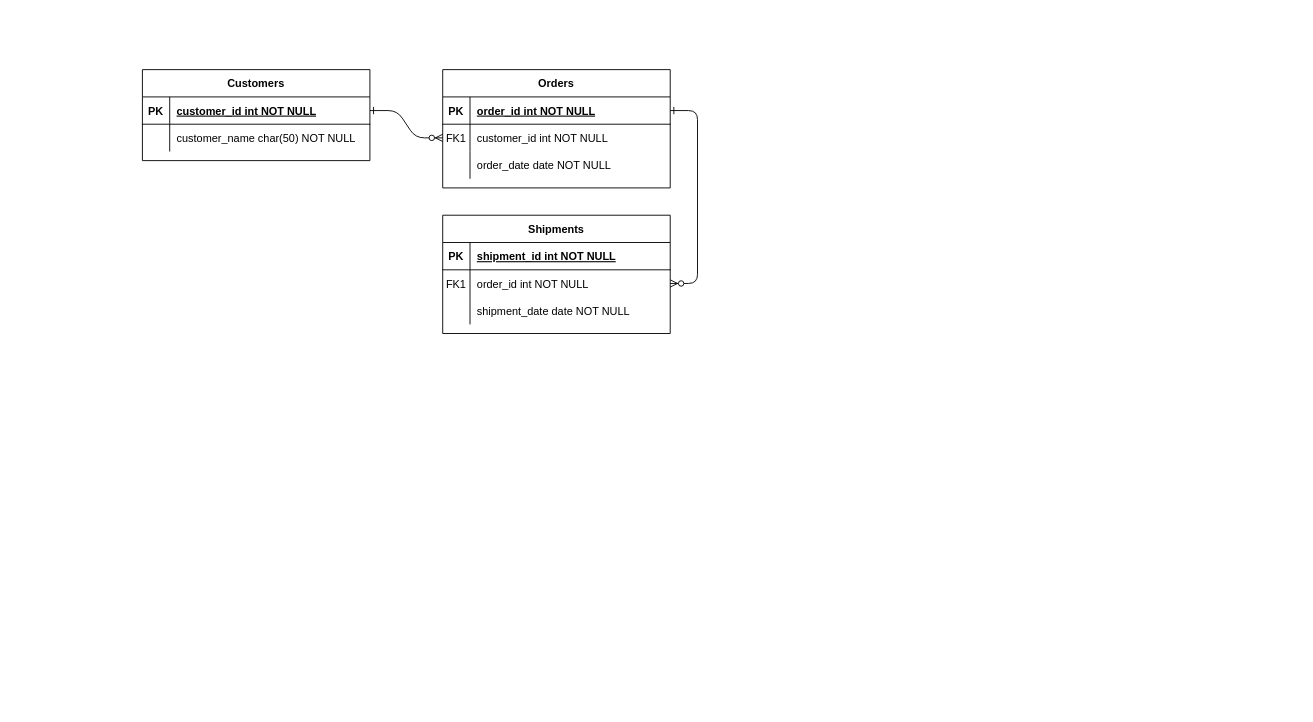
Above: library_system.drawio in mozyomo/my_library_system (draw.io), before the change. Source tidied: cells renumbered, new cells numbered last; positions are measured from the earlier drawing's top-left corner, leaving out a move shared by most shapes. Both pictures are drawn from the tidied source at 91%, with x=0, y=0 at pixel (142, 69).
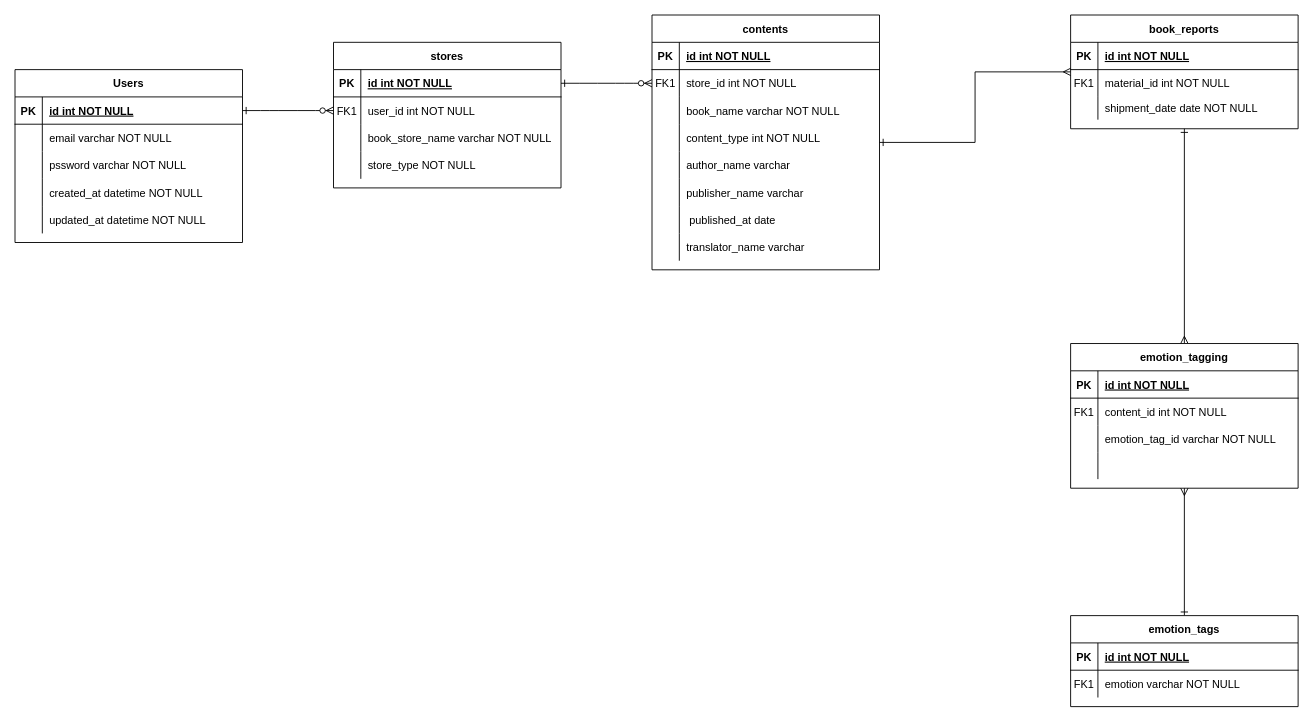
Above is the later version.

Commit message:
library_system.drawio を更新します

The change refers to these unchanged cells:
```xml
<mxCell id="5" style="shape=partialRectangle;fillColor=none;points=[[0,0.5],[1,0.5]];portConstraint=eastwest;top=0;left=0;right=0;bottom=1;" parent="4" vertex="1">
  <mxGeometry y="30" width="250" height="30" as="geometry" />
</mxCell>
<mxCell id="8" style="shape=partialRectangle;fillColor=none;points=[[0,0.5],[1,0.5]];portConstraint=eastwest;top=0;left=0;right=0;bottom=0;" parent="4" vertex="1">
  <mxGeometry y="60" width="250" height="30" as="geometry" />
</mxCell>
<mxCell id="11" style="shape=partialRectangle;fillColor=none;top=0;left=0;right=0;bottom=0;" parent="4" vertex="1">
  <mxGeometry y="90" width="250" height="30" as="geometry" />
</mxCell>
<mxCell id="15" style="shape=partialRectangle;fillColor=none;top=0;left=0;right=0;bottom=1;" parent="14" vertex="1">
  <mxGeometry y="30" width="250" height="30" as="geometry" />
</mxCell>
<mxCell id="18" style="shape=partialRectangle;fillColor=none;points=[[0,0.5],[1,0.5]];portConstraint=eastwest;top=0;left=0;right=0;bottom=0;" parent="14" vertex="1">
  <mxGeometry y="60" width="250" height="30" as="geometry" />
</mxCell>
<mxCell id="21" style="shape=partialRectangle;fillColor=none;top=0;left=0;right=0;bottom=0;" parent="14" vertex="1">
  <mxGeometry y="90" width="250" height="30" as="geometry" />
</mxCell>
<mxCell id="25" style="shape=partialRectangle;fillColor=none;points=[[0,0.5],[1,0.5]];portConstraint=eastwest;top=0;left=0;right=0;bottom=1;" parent="24" vertex="1">
  <mxGeometry y="30" width="250" height="30" as="geometry" />
</mxCell>
<mxCell id="28" style="shape=partialRectangle;fillColor=none;top=0;left=0;right=0;bottom=0;" parent="24" vertex="1">
  <mxGeometry y="60" width="250" height="30" as="geometry" />
</mxCell>
```

Change to the diagram source:
```diff
@@
-    <mxCell id="4" value="Orders" style="shape=table;startSize=30;childLayout=tableLayout;rowLines=0;fontStyle=1;align=center;" parent="1" vertex="1">
-      <mxGeometry x="330" width="250" height="130" as="geometry" />
+    <mxCell id="4" value="stores" style="shape=table;startSize=30;childLayout=tableLayout;rowLines=0;fontStyle=1;align=center;" parent="1" vertex="1">
+      <mxGeometry x="210" y="-30" width="250" height="160" as="geometry" />
     </mxCell>
@@
-    <mxCell id="7" value="order_id int NOT NULL " style="shape=partialRectangle;overflow=hidden;fillColor=none;top=0;left=0;bottom=0;right=0;align=left;spacingLeft=6;fontStyle=5;" parent="5" vertex="1">
+    <mxCell id="7" value="id int NOT NULL " style="shape=partialRectangle;overflow=hidden;fillColor=none;top=0;left=0;bottom=0;right=0;align=left;spacingLeft=6;fontStyle=5;" parent="5" vertex="1">
       <mxGeometry x="30" width="220" height="30" as="geometry" />
     </mxCell>
@@
-    <mxCell id="10" value="customer_id int NOT NULL" style="shape=partialRectangle;overflow=hidden;fillColor=none;top=0;left=0;bottom=0;right=0;align=left;spacingLeft=6;" parent="8" vertex="1">
+    <mxCell id="10" value="user_id int NOT NULL" style="shape=partialRectangle;overflow=hidden;fillColor=none;top=0;left=0;bottom=0;right=0;align=left;spacingLeft=6;" parent="8" vertex="1">
       <mxGeometry x="30" width="220" height="30" as="geometry" />
     </mxCell>
@@
-    <mxCell id="13" value="order_date date NOT NULL" style="shape=partialRectangle;overflow=hidden;fillColor=none;top=0;left=0;bottom=0;right=0;align=left;spacingLeft=6;" parent="11" vertex="1">
+    <mxCell id="13" value="book_store_name varchar NOT NULL" style="shape=partialRectangle;overflow=hidden;fillColor=none;top=0;left=0;bottom=0;right=0;align=left;spacingLeft=6;" parent="11" vertex="1">
       <mxGeometry x="30" width="220" height="30" as="geometry" />
     </mxCell>
+    <mxCell id="31" style="shape=partialRectangle;fillColor=none;top=0;left=0;right=0;bottom=0;" parent="4" vertex="1">
+      <mxGeometry y="120" width="250" height="30" as="geometry" />
+    </mxCell>
+    <mxCell id="32" style="shape=partialRectangle;overflow=hidden;fillColor=none;top=0;left=0;bottom=0;right=0;" parent="31" vertex="1">
+      <mxGeometry width="30" height="30" as="geometry" />
+    </mxCell>
+    <mxCell id="33" value="store_type NOT NULL" style="shape=partialRectangle;overflow=hidden;fillColor=none;top=0;left=0;bottom=0;right=0;align=left;spacingLeft=6;" parent="31" vertex="1">
+      <mxGeometry x="30" width="220" height="30" as="geometry" />
+    </mxCell>
+    <mxCell id="34" style="edgeStyle=orthogonalEdgeStyle;rounded=0;jettySize=auto;html=1;endArrow=ERmany;endFill=0;startArrow=ERone;startFill=0;" parent="1" edge="1" source="14" target="60">
+      <mxGeometry relative="1" as="geometry" />
+    </mxCell>
+    <mxCell id="35" style="edgeStyle=orthogonalEdgeStyle;rounded=0;jettySize=auto;html=1;endArrow=ERmany;endFill=0;startArrow=ERone;startFill=0;exitX=0.5;exitY=1;exitDx=0;exitDy=0;" parent="1" edge="1" source="60" target="71">
+      <mxGeometry relative="1" as="geometry" />
+    </mxCell>
-    <mxCell id="14" value="Shipments" style="shape=table;startSize=30;childLayout=tableLayout;rowLines=0;fontStyle=1;align=center;" parent="1" vertex="1">
-      <mxGeometry x="330" y="160" width="250" height="130" as="geometry" />
+    <mxCell id="14" value="contents" style="shape=table;startSize=30;childLayout=tableLayout;rowLines=0;fontStyle=1;align=center;" parent="1" vertex="1">
+      <mxGeometry x="560" y="-60" width="250" height="280" as="geometry" />
     </mxCell>
@@
-    <mxCell id="17" value="shipment_id int NOT NULL " style="shape=partialRectangle;overflow=hidden;fillColor=none;top=0;left=0;bottom=0;right=0;align=left;spacingLeft=6;fontStyle=5;" parent="15" vertex="1">
+    <mxCell id="17" value="id int NOT NULL " style="shape=partialRectangle;overflow=hidden;fillColor=none;top=0;left=0;bottom=0;right=0;align=left;spacingLeft=6;fontStyle=5;" parent="15" vertex="1">
       <mxGeometry x="30" width="220" height="30" as="geometry" />
     </mxCell>
@@
-    <mxCell id="20" value="order_id int NOT NULL" style="shape=partialRectangle;overflow=hidden;fillColor=none;top=0;left=0;bottom=0;right=0;align=left;spacingLeft=6;" parent="18" vertex="1">
+    <mxCell id="20" value="store_id int NOT NULL" style="shape=partialRectangle;overflow=hidden;fillColor=none;top=0;left=0;bottom=0;right=0;align=left;spacingLeft=6;" parent="18" vertex="1">
       <mxGeometry x="30" width="220" height="30" as="geometry" />
     </mxCell>
@@
-    <mxCell id="23" value="shipment_date date NOT NULL" style="shape=partialRectangle;overflow=hidden;fillColor=none;top=0;left=0;bottom=0;right=0;align=left;spacingLeft=6;" parent="21" vertex="1">
+    <mxCell id="23" value="book_name varchar NOT NULL" style="shape=partialRectangle;overflow=hidden;fillColor=none;top=0;left=0;bottom=0;right=0;align=left;spacingLeft=6;" parent="21" vertex="1">
       <mxGeometry x="30" width="220" height="30" as="geometry" />
     </mxCell>
+    <mxCell id="36" style="shape=partialRectangle;fillColor=none;top=0;left=0;right=0;bottom=0;" parent="14" vertex="1">
+      <mxGeometry y="120" width="250" height="30" as="geometry" />
+    </mxCell>
+    <mxCell id="37" style="shape=partialRectangle;overflow=hidden;fillColor=none;top=0;left=0;bottom=0;right=0;" parent="36" vertex="1">
+      <mxGeometry width="30" height="30" as="geometry" />
+    </mxCell>
+    <mxCell id="38" value="content_type int NOT NULL" style="shape=partialRectangle;overflow=hidden;fillColor=none;top=0;left=0;bottom=0;right=0;align=left;spacingLeft=6;" parent="36" vertex="1">
+      <mxGeometry x="30" width="220" height="30" as="geometry" />
+    </mxCell>
+    <mxCell id="39" style="shape=partialRectangle;fillColor=none;top=0;left=0;right=0;bottom=0;" parent="14" vertex="1">
+      <mxGeometry y="150" width="250" height="30" as="geometry" />
+    </mxCell>
+    <mxCell id="40" style="shape=partialRectangle;overflow=hidden;fillColor=none;top=0;left=0;bottom=0;right=0;" parent="39" vertex="1">
+      <mxGeometry width="30" height="30" as="geometry" />
+    </mxCell>
+    <mxCell id="41" value="author_name varchar" style="shape=partialRectangle;overflow=hidden;fillColor=none;top=0;left=0;bottom=0;right=0;align=left;spacingLeft=6;" parent="39" vertex="1">
+      <mxGeometry x="30" width="220" height="30" as="geometry" />
+    </mxCell>
+    <mxCell id="42" style="shape=partialRectangle;fillColor=none;top=0;left=0;right=0;bottom=0;" parent="14" vertex="1">
+      <mxGeometry y="180" width="250" height="30" as="geometry" />
+    </mxCell>
+    <mxCell id="43" style="shape=partialRectangle;overflow=hidden;fillColor=none;top=0;left=0;bottom=0;right=0;" parent="42" vertex="1">
+      <mxGeometry width="30" height="30" as="geometry" />
+    </mxCell>
+    <mxCell id="44" value="publisher_name varchar " style="shape=partialRectangle;overflow=hidden;fillColor=none;top=0;left=0;bottom=0;right=0;align=left;spacingLeft=6;" parent="42" vertex="1">
+      <mxGeometry x="30" width="220" height="30" as="geometry" />
+    </mxCell>
+    <mxCell id="45" style="shape=partialRectangle;fillColor=none;top=0;left=0;right=0;bottom=0;" parent="14" vertex="1">
+      <mxGeometry y="210" width="250" height="30" as="geometry" />
+    </mxCell>
+    <mxCell id="46" style="shape=partialRectangle;overflow=hidden;fillColor=none;top=0;left=0;bottom=0;right=0;" parent="45" vertex="1">
+      <mxGeometry width="30" height="30" as="geometry" />
+    </mxCell>
+    <mxCell id="47" value=" published_at date" style="shape=partialRectangle;overflow=hidden;fillColor=none;top=0;left=0;bottom=0;right=0;align=left;spacingLeft=6;" parent="45" vertex="1">
+      <mxGeometry x="30" width="220" height="30" as="geometry" />
+    </mxCell>
+    <mxCell id="48" style="shape=partialRectangle;fillColor=none;top=0;left=0;right=0;bottom=0;" parent="14" vertex="1">
+      <mxGeometry y="240" width="250" height="30" as="geometry" />
+    </mxCell>
+    <mxCell id="49" style="shape=partialRectangle;overflow=hidden;fillColor=none;top=0;left=0;bottom=0;right=0;" parent="48" vertex="1">
+      <mxGeometry width="30" height="30" as="geometry" />
+    </mxCell>
+    <mxCell id="50" value="translator_name varchar " style="shape=partialRectangle;overflow=hidden;fillColor=none;top=0;left=0;bottom=0;right=0;align=left;spacingLeft=6;" parent="48" vertex="1">
+      <mxGeometry x="30" width="220" height="30" as="geometry" />
+    </mxCell>
-    <mxCell id="24" value="Customers" style="shape=table;startSize=30;childLayout=tableLayout;rowLines=0;fontStyle=1;align=center;" parent="1" vertex="1">
-      <mxGeometry width="250" height="100" as="geometry" />
+    <mxCell id="24" value="Users" style="shape=table;startSize=30;childLayout=tableLayout;rowLines=0;fontStyle=1;align=center;" parent="1" vertex="1">
+      <mxGeometry x="-140" width="250" height="190" as="geometry" />
     </mxCell>
@@
-    <mxCell id="27" value="customer_id int NOT NULL " style="shape=partialRectangle;overflow=hidden;fillColor=none;top=0;left=0;bottom=0;right=0;align=left;spacingLeft=6;fontStyle=5;" parent="25" vertex="1">
+    <mxCell id="27" value="id int NOT NULL" style="shape=partialRectangle;overflow=hidden;fillColor=none;top=0;left=0;bottom=0;right=0;align=left;spacingLeft=6;fontStyle=5;" parent="25" vertex="1">
       <mxGeometry x="30" width="220" height="30" as="geometry" />
     </mxCell>
@@
-    <mxCell id="30" value="customer_name char(50) NOT NULL" style="shape=partialRectangle;overflow=hidden;fillColor=none;top=0;left=0;bottom=0;right=0;align=left;spacingLeft=6;" parent="28" vertex="1">
+    <mxCell id="30" value="email varchar NOT NULL" style="shape=partialRectangle;overflow=hidden;fillColor=none;top=0;left=0;bottom=0;right=0;align=left;spacingLeft=6;" parent="28" vertex="1">
       <mxGeometry x="30" width="220" height="30" as="geometry" />
     </mxCell>
+    <mxCell id="51" style="shape=partialRectangle;fillColor=none;top=0;left=0;right=0;bottom=0;" parent="24" vertex="1">
+      <mxGeometry y="90" width="250" height="30" as="geometry" />
+    </mxCell>
+    <mxCell id="52" style="shape=partialRectangle;overflow=hidden;fillColor=none;top=0;left=0;bottom=0;right=0;" parent="51" vertex="1">
+      <mxGeometry width="30" height="30" as="geometry" />
+    </mxCell>
+    <mxCell id="53" value="pssword varchar NOT NULL" style="shape=partialRectangle;overflow=hidden;fillColor=none;top=0;left=0;bottom=0;right=0;align=left;spacingLeft=6;" parent="51" vertex="1">
+      <mxGeometry x="30" width="220" height="30" as="geometry" />
+    </mxCell>
+    <mxCell id="54" style="shape=partialRectangle;fillColor=none;top=0;left=0;right=0;bottom=0;" parent="24" vertex="1">
+      <mxGeometry y="120" width="250" height="30" as="geometry" />
+    </mxCell>
+    <mxCell id="55" style="shape=partialRectangle;overflow=hidden;fillColor=none;top=0;left=0;bottom=0;right=0;" parent="54" vertex="1">
+      <mxGeometry width="30" height="30" as="geometry" />
+    </mxCell>
+    <mxCell id="56" value="created_at datetime NOT NULL" style="shape=partialRectangle;overflow=hidden;fillColor=none;top=0;left=0;bottom=0;right=0;align=left;spacingLeft=6;" parent="54" vertex="1">
+      <mxGeometry x="30" width="220" height="30" as="geometry" />
+    </mxCell>
+    <mxCell id="57" style="shape=partialRectangle;fillColor=none;top=0;left=0;right=0;bottom=0;" parent="24" vertex="1">
+      <mxGeometry y="150" width="250" height="30" as="geometry" />
+    </mxCell>
+    <mxCell id="58" style="shape=partialRectangle;overflow=hidden;fillColor=none;top=0;left=0;bottom=0;right=0;" parent="57" vertex="1">
+      <mxGeometry width="30" height="30" as="geometry" />
+    </mxCell>
+    <mxCell id="59" value="updated_at datetime NOT NULL" style="shape=partialRectangle;overflow=hidden;fillColor=none;top=0;left=0;bottom=0;right=0;align=left;spacingLeft=6;" parent="57" vertex="1">
+      <mxGeometry x="30" width="220" height="30" as="geometry" />
+    </mxCell>
+    <mxCell id="60" value="book_reports" style="shape=table;startSize=30;childLayout=tableLayout;rowLines=0;fontStyle=1;align=center;" parent="1" vertex="1">
+      <mxGeometry x="1020" y="-60" width="250" height="125" as="geometry" />
+    </mxCell>
+    <mxCell id="61" style="shape=partialRectangle;fillColor=none;top=0;left=0;right=0;bottom=1;" parent="60" vertex="1">
+      <mxGeometry y="30" width="250" height="30" as="geometry" />
+    </mxCell>
+    <mxCell id="62" value="PK" style="shape=partialRectangle;overflow=hidden;fillColor=none;top=0;left=0;bottom=0;right=0;fontStyle=1;" parent="61" vertex="1">
+      <mxGeometry width="30" height="30" as="geometry" />
+    </mxCell>
+    <mxCell id="63" value="id int NOT NULL " style="shape=partialRectangle;overflow=hidden;fillColor=none;top=0;left=0;bottom=0;right=0;align=left;spacingLeft=6;fontStyle=5;" parent="61" vertex="1">
+      <mxGeometry x="30" width="220" height="30" as="geometry" />
+    </mxCell>
+    <mxCell id="64" style="shape=partialRectangle;fillColor=none;top=0;left=0;right=0;bottom=0;" parent="60" vertex="1">
+      <mxGeometry y="60" width="250" height="30" as="geometry" />
+    </mxCell>
+    <mxCell id="65" value="FK1" style="shape=partialRectangle;overflow=hidden;fillColor=none;top=0;left=0;bottom=0;right=0;" parent="64" vertex="1">
+      <mxGeometry width="30" height="30" as="geometry" />
+    </mxCell>
+    <mxCell id="66" value="material_id int NOT NULL" style="shape=partialRectangle;overflow=hidden;fillColor=none;top=0;left=0;bottom=0;right=0;align=left;spacingLeft=6;" parent="64" vertex="1">
+      <mxGeometry x="30" width="220" height="30" as="geometry" />
+    </mxCell>
+    <mxCell id="67" style="shape=partialRectangle;fillColor=none;top=0;left=0;right=0;bottom=0;" parent="60" vertex="1">
+      <mxGeometry y="90" width="250" height="25" as="geometry" />
+    </mxCell>
+    <mxCell id="68" style="shape=partialRectangle;overflow=hidden;fillColor=none;top=0;left=0;bottom=0;right=0;" parent="67" vertex="1">
+      <mxGeometry width="30" height="25" as="geometry" />
+    </mxCell>
+    <mxCell id="69" value="shipment_date date NOT NULL" style="shape=partialRectangle;overflow=hidden;fillColor=none;top=0;left=0;bottom=0;right=0;align=left;spacingLeft=6;" parent="67" vertex="1">
+      <mxGeometry x="30" width="220" height="25" as="geometry" />
+    </mxCell>
+    <mxCell id="70" style="edgeStyle=orthogonalEdgeStyle;rounded=0;jettySize=auto;html=1;startArrow=ERmany;startFill=0;endArrow=ERone;endFill=0;" parent="1" edge="1" source="71" target="84">
+      <mxGeometry relative="1" as="geometry" />
+    </mxCell>
+    <mxCell id="71" value="emotion_tagging" style="shape=table;startSize=30;childLayout=tableLayout;rowLines=0;fontStyle=1;align=center;" parent="1" vertex="1">
+      <mxGeometry x="1020" y="301" width="250" height="159" as="geometry" />
+    </mxCell>
+    <mxCell id="72" style="shape=partialRectangle;fillColor=none;top=0;left=0;right=0;bottom=1;" parent="71" vertex="1">
+      <mxGeometry y="30" width="250" height="30" as="geometry" />
+    </mxCell>
+    <mxCell id="73" value="PK" style="shape=partialRectangle;overflow=hidden;fillColor=none;top=0;left=0;bottom=0;right=0;fontStyle=1;" parent="72" vertex="1">
+      <mxGeometry width="30" height="30" as="geometry" />
+    </mxCell>
+    <mxCell id="74" value="id int NOT NULL " style="shape=partialRectangle;overflow=hidden;fillColor=none;top=0;left=0;bottom=0;right=0;align=left;spacingLeft=6;fontStyle=5;" parent="72" vertex="1">
+      <mxGeometry x="30" width="220" height="30" as="geometry" />
+    </mxCell>
+    <mxCell id="75" style="shape=partialRectangle;fillColor=none;top=0;left=0;right=0;bottom=0;" parent="71" vertex="1">
+      <mxGeometry y="60" width="250" height="30" as="geometry" />
+    </mxCell>
+    <mxCell id="76" value="FK1" style="shape=partialRectangle;overflow=hidden;fillColor=none;top=0;left=0;bottom=0;right=0;" parent="75" vertex="1">
+      <mxGeometry width="30" height="30" as="geometry" />
+    </mxCell>
+    <mxCell id="77" value="content_id int NOT NULL" style="shape=partialRectangle;overflow=hidden;fillColor=none;top=0;left=0;bottom=0;right=0;align=left;spacingLeft=6;" parent="75" vertex="1">
+      <mxGeometry x="30" width="220" height="30" as="geometry" />
+    </mxCell>
+    <mxCell id="78" style="shape=partialRectangle;fillColor=none;top=0;left=0;right=0;bottom=0;" parent="71" vertex="1">
+      <mxGeometry y="90" width="250" height="30" as="geometry" />
+    </mxCell>
+    <mxCell id="79" style="shape=partialRectangle;overflow=hidden;fillColor=none;top=0;left=0;bottom=0;right=0;" parent="78" vertex="1">
+      <mxGeometry width="30" height="30" as="geometry" />
+    </mxCell>
+    <mxCell id="80" value="emotion_tag_id varchar NOT NULL" style="shape=partialRectangle;overflow=hidden;fillColor=none;top=0;left=0;bottom=0;right=0;align=left;spacingLeft=6;" parent="78" vertex="1">
+      <mxGeometry x="30" width="220" height="30" as="geometry" />
+    </mxCell>
+    <mxCell id="81" style="shape=partialRectangle;fillColor=none;top=0;left=0;right=0;bottom=0;" parent="71" vertex="1">
+      <mxGeometry y="120" width="250" height="29" as="geometry" />
+    </mxCell>
+    <mxCell id="82" style="shape=partialRectangle;overflow=hidden;fillColor=none;top=0;left=0;bottom=0;right=0;" parent="81" vertex="1">
+      <mxGeometry width="30" height="29" as="geometry" />
+    </mxCell>
+    <mxCell id="83" style="shape=partialRectangle;overflow=hidden;fillColor=none;top=0;left=0;bottom=0;right=0;align=left;spacingLeft=6;" parent="81" vertex="1">
+      <mxGeometry x="30" width="220" height="29" as="geometry" />
+    </mxCell>
+    <mxCell id="84" value="emotion_tags" style="shape=table;startSize=30;childLayout=tableLayout;rowLines=0;fontStyle=1;align=center;" parent="1" vertex="1">
+      <mxGeometry x="1020" y="600" width="250" height="100" as="geometry" />
+    </mxCell>
+    <mxCell id="85" style="shape=partialRectangle;fillColor=none;top=0;left=0;right=0;bottom=1;" parent="84" vertex="1">
+      <mxGeometry y="30" width="250" height="30" as="geometry" />
+    </mxCell>
+    <mxCell id="86" value="PK" style="shape=partialRectangle;overflow=hidden;fillColor=none;top=0;left=0;bottom=0;right=0;fontStyle=1;" parent="85" vertex="1">
+      <mxGeometry width="30" height="30" as="geometry" />
+    </mxCell>
+    <mxCell id="87" value="id int NOT NULL " style="shape=partialRectangle;overflow=hidden;fillColor=none;top=0;left=0;bottom=0;right=0;align=left;spacingLeft=6;fontStyle=5;" parent="85" vertex="1">
+      <mxGeometry x="30" width="220" height="30" as="geometry" />
+    </mxCell>
+    <mxCell id="88" style="shape=partialRectangle;fillColor=none;top=0;left=0;right=0;bottom=0;" parent="84" vertex="1">
+      <mxGeometry y="60" width="250" height="30" as="geometry" />
+    </mxCell>
+    <mxCell id="89" value="FK1" style="shape=partialRectangle;overflow=hidden;fillColor=none;top=0;left=0;bottom=0;right=0;" parent="88" vertex="1">
+      <mxGeometry width="30" height="30" as="geometry" />
+    </mxCell>
+    <mxCell id="90" value="emotion varchar NOT NULL" style="shape=partialRectangle;overflow=hidden;fillColor=none;top=0;left=0;bottom=0;right=0;align=left;spacingLeft=6;" parent="88" vertex="1">
+      <mxGeometry x="30" width="220" height="30" as="geometry" />
+    </mxCell>
```
